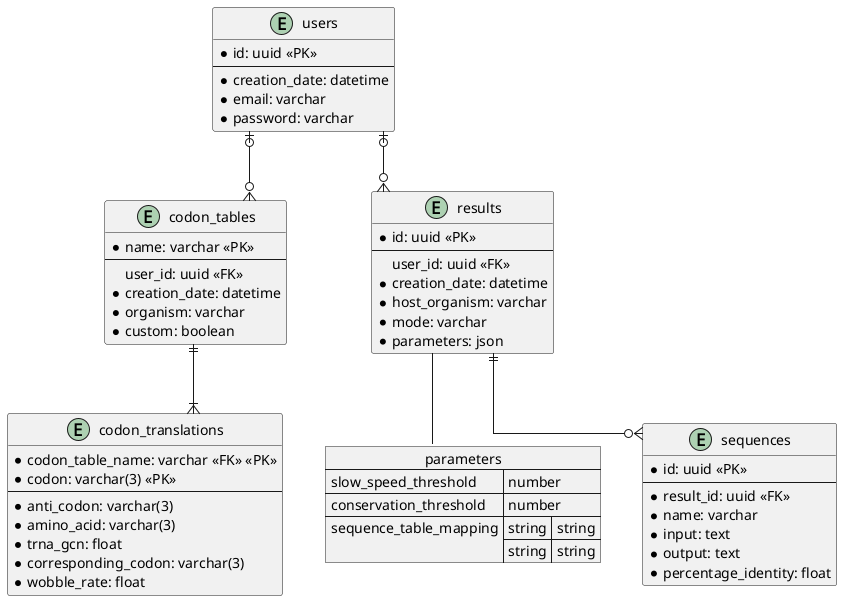
tbonnabaud/expressinhost_web keeps this PlantUML diagram as db_schema.png. Above is the earlier version.
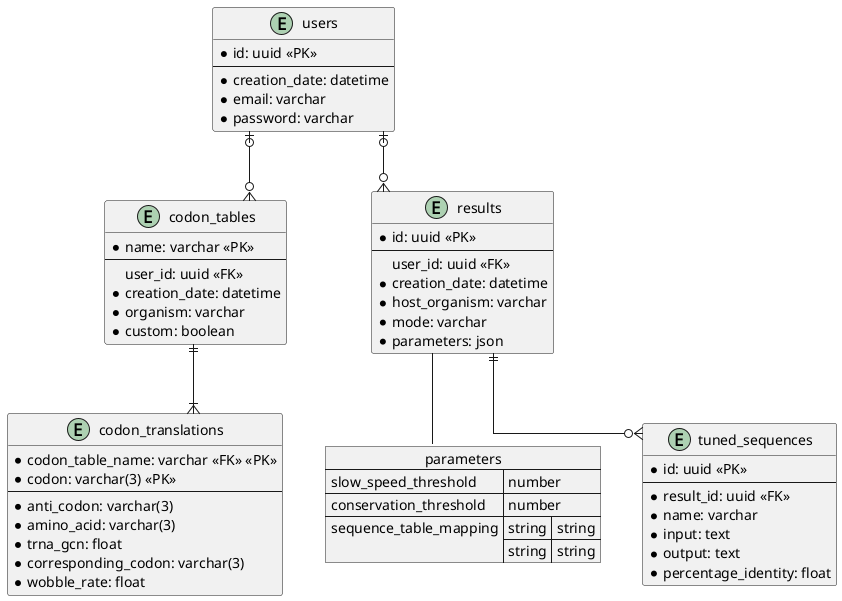
After the commit.

Commit message:
Rename sequences to tuned_sequences

Change to the diagram source:
```diff
@@ -48,7 +48,7 @@
     }
 }
 
-entity sequences {
+entity tuned_sequences {
     * id: uuid <<PK>>
     --
     * result_id: uuid <<FK>>
@@ -60,7 +60,7 @@
 
 users |o--o{ results
 users |o--o{ codon_tables
-results ||--o{ sequences
+results ||--o{ tuned_sequences
 results -- parameters
 codon_tables ||--|{ codon_translations
 @enduml
```
